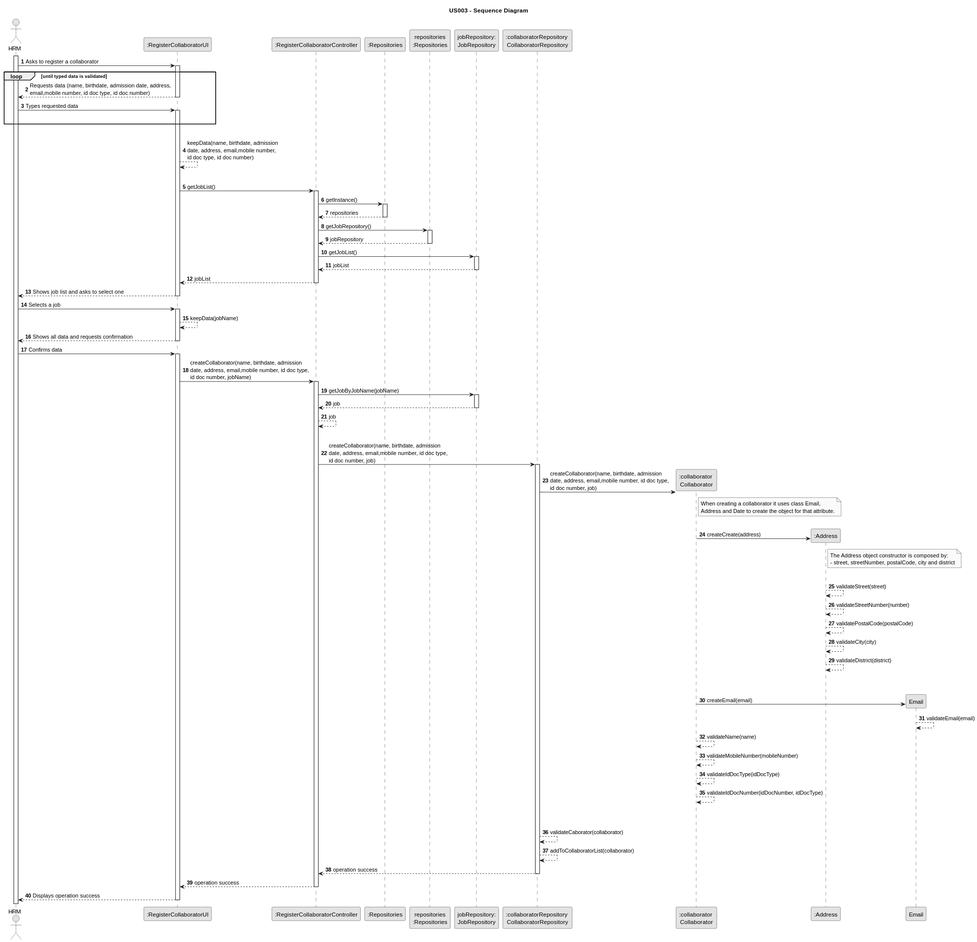
Rui-San/LAPR2_2023_2024 keeps this PlantUML diagram as docs/sprintB/us003/03.design/svg/us003-sequence-diagram.svg. Above is the earlier version.
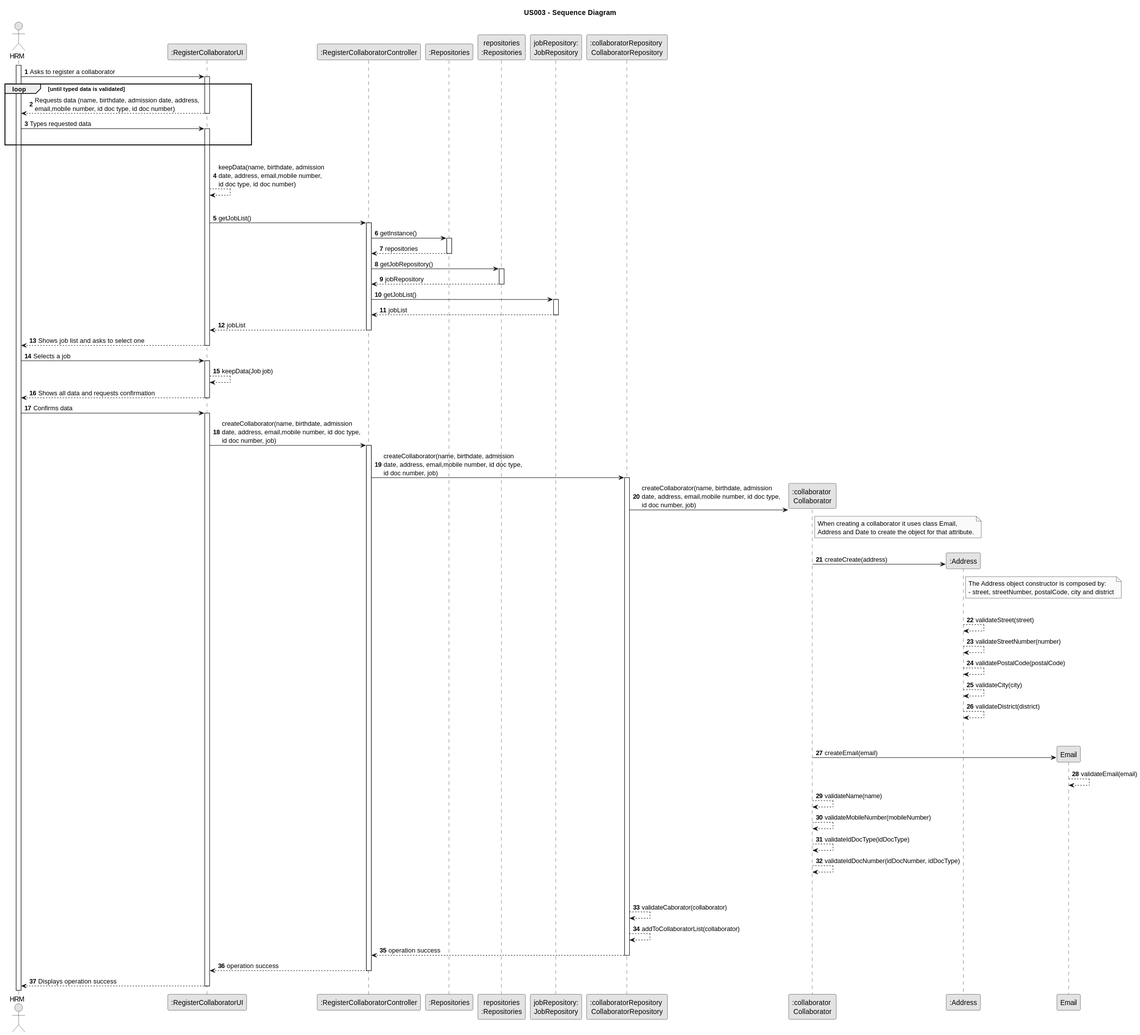
Above is the later version.

Commit message:
US003 Sequence Diagram:

Removed the method to get Object job by the job name. Since its a class with only one atribute theres no concern for memory issues.

Created new svg

What changed in the source:
```diff
@@ -73,7 +73,7 @@
 
     activate UI
 
-        UI --> UI : keepData(jobName)
+        UI --> UI : keepData(Job job)
         UI --> HRM : Shows all data and requests confirmation
     deactivate UI
 
@@ -82,19 +82,10 @@
 
     activate UI
 
-        UI -> CTRL : createCollaborator(name, birthdate, admission\ndate, address, email,mobile number, id doc type,\nid doc number, jobName)
+        UI -> CTRL : createCollaborator(name, birthdate, admission\ndate, address, email,mobile number, id doc type,\nid doc number, job)
         activate CTRL
 
-            CTRL -> JobRepository : getJobByJobName(jobName)
 
-            activate JobRepository
-
-            JobRepository --> CTRL : job
-
-            deactivate JobRepository
-            CTRL --> CTRL : job
-
-            |||
 
             CTRL -> COLREP : createCollaborator(name, birthdate, admission\ndate, address, email,mobile number, id doc type,\nid doc number, job)
             activate COLREP
```
